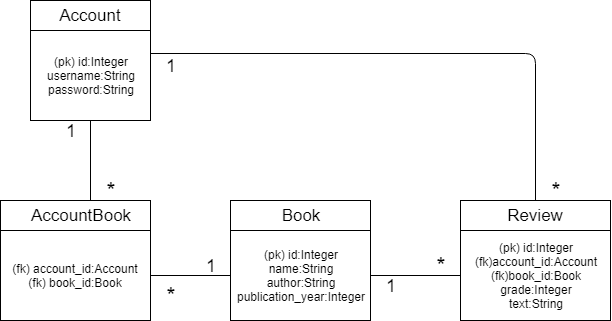
guotin/tietokantasovellus keeps this draw.io diagram as documentation/database_chart.png. Above is the earlier version. Source tidied: cells renumbered, new cells last; positions are measured from the earlier drawing's top-left corner, leaving out a move shared by most shapes.
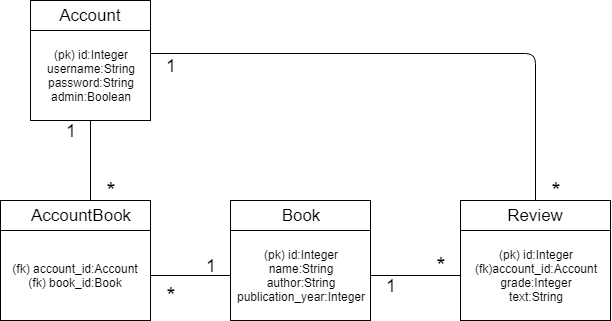
After the commit.

Commit message:
Fix database chart

The edit, as a diff of the source:
```diff
@@ -11,7 +11,7 @@
     <mxCell id="4" style="endArrow=none;html=1;entryX=1;entryY=0.25;entryDx=0;entryDy=0;exitX=0;exitY=0.25;exitDx=0;exitDy=0;" parent="1" edge="1" source="2" target="2">
       <mxGeometry relative="1" as="geometry" />
     </mxCell>
-    <mxCell id="5" value="(pk) id:Integer&lt;br&gt;username:String&lt;br&gt;password:String&lt;br&gt;" style="text;html=1;strokeColor=none;fillColor=none;align=center;verticalAlign=middle;whiteSpace=wrap;rounded=0;" parent="1" vertex="1">
+    <mxCell id="5" value="(pk) id:Integer&lt;br&gt;username:String&lt;br&gt;password:String&lt;br&gt;admin:Boolean&lt;br&gt;" style="text;html=1;strokeColor=none;fillColor=none;align=center;verticalAlign=middle;whiteSpace=wrap;rounded=0;" parent="1" vertex="1">
       <mxGeometry x="30" y="30" width="120" height="90" as="geometry" />
     </mxCell>
     <mxCell id="6" style="rounded=0;whiteSpace=wrap;html=1;" parent="1" vertex="1">
@@ -47,7 +47,7 @@
     <mxCell id="16" style="endArrow=none;html=1;entryX=1;entryY=0.25;entryDx=0;entryDy=0;exitX=0;exitY=0.25;exitDx=0;exitDy=0;" parent="1" edge="1" source="14" target="14">
       <mxGeometry relative="1" as="geometry" />
     </mxCell>
-    <mxCell id="17" value="(pk) id:Integer&lt;br&gt;(fk)account_id:Account&lt;br&gt;(fk)book_id:Book&lt;br&gt;grade:Integer&lt;br&gt;text:String&lt;br&gt;" style="text;html=1;strokeColor=none;fillColor=none;align=center;verticalAlign=middle;whiteSpace=wrap;rounded=0;" parent="1" vertex="1">
+    <mxCell id="17" value="(pk) id:Integer&lt;br&gt;(fk)account_id:Account&lt;br&gt;grade:Integer&lt;br&gt;text:String&lt;br&gt;" style="text;html=1;strokeColor=none;fillColor=none;align=center;verticalAlign=middle;whiteSpace=wrap;rounded=0;" parent="1" vertex="1">
       <mxGeometry x="460" y="230" width="150" height="90" as="geometry" />
     </mxCell>
     <mxCell id="18" style="endArrow=none;html=1;entryX=0.5;entryY=1;entryDx=0;entryDy=0;exitX=0.568;exitY=0.013;exitDx=0;exitDy=0;exitPerimeter=0;" parent="1" edge="1" source="11" target="5">
```
